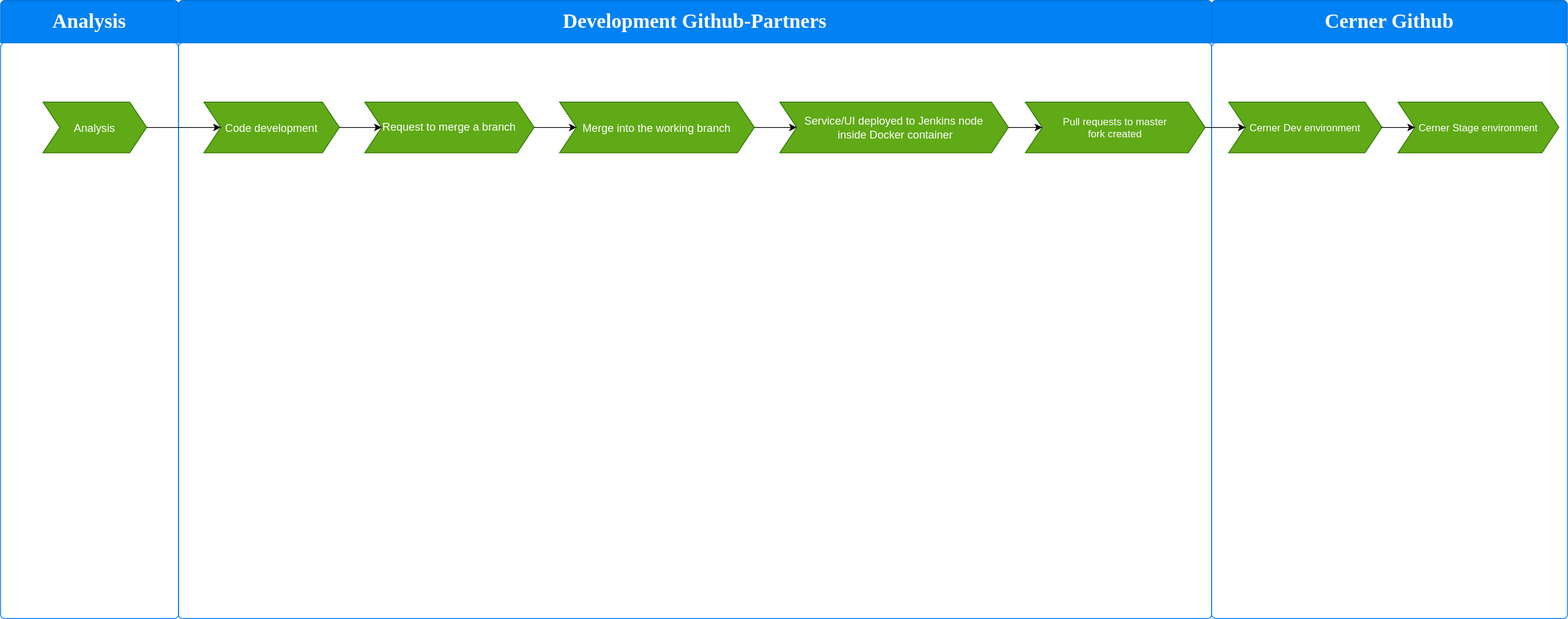
Before: Quality Gates.svg, a diagram exported from draw.io (MiKi82/Quality-Gates). Source tidied: cells renumbered, new cells last; positions are measured from the earlier drawing's top-left corner, leaving out a move shared by most shapes.
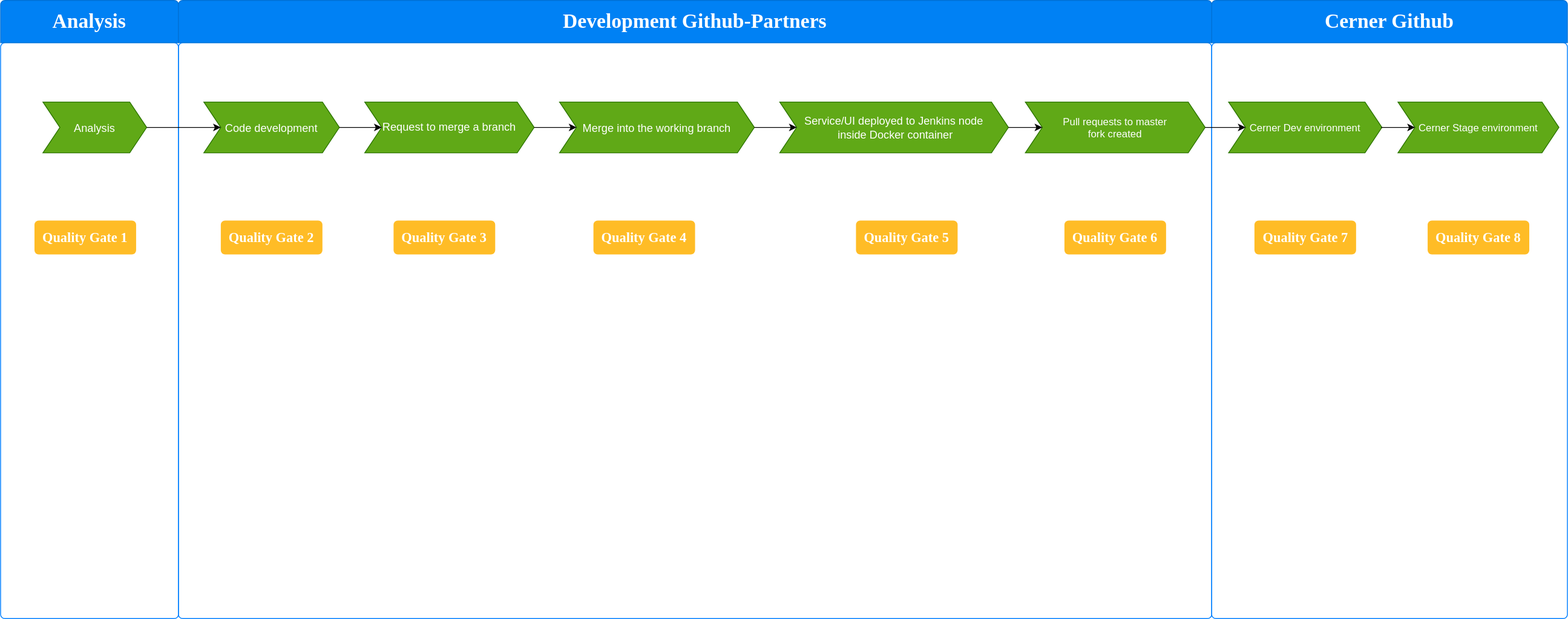
After the commit.

What changed in the source:
```diff
@@ -2,6 +2,20 @@
   <root>
     <mxCell id="0" />
     <mxCell id="1" parent="0" />
+    <mxCell id="7" style="html=1;shadow=0;dashed=0;shape=mxgraph.bootstrap.rrect;rSize=5;html=1;whiteSpace=wrap;verticalAlign=bottom;align=left;spacing=20;spacingBottom=0;fontSize=14;strokeColor=#007FFF;fillColor=none;" parent="1" vertex="1">
+      <mxGeometry width="210" height="680" as="geometry" />
+    </mxCell>
+    <mxCell id="8" value="&lt;strong style=&quot;font-family: &amp;#34;lt_regular&amp;#34; ; font-size: 18pt&quot;&gt;Analysis&lt;/strong&gt;" style="html=1;shadow=0;dashed=0;shape=mxgraph.bootstrap.topButton;rSize=5;perimeter=none;whiteSpace=wrap;fillColor=#0081F4;strokeColor=#0071D5;fontColor=#ffffff;fontSize=18;align=center;spacing=20;" parent="7" vertex="1">
+      <mxGeometry width="210" height="50" relative="1" as="geometry">
+        <mxPoint y="-50" as="offset" />
+      </mxGeometry>
+    </mxCell>
+    <mxCell id="9" value="Analysis" style="shape=step;perimeter=stepPerimeter;fixedSize=1;points=[];fontSize=13;fillColor=#60a917;strokeColor=#2D7600;fontColor=#ffffff;" parent="7" vertex="1">
+      <mxGeometry x="50" y="70" width="122.5" height="60" as="geometry" />
+    </mxCell>
+    <mxCell id="23" value="&lt;strong style=&quot;font-size: 12pt;&quot;&gt;Quality Gate 1&lt;/strong&gt;" style="html=1;shadow=0;dashed=0;shape=mxgraph.bootstrap.rrect;rSize=5;strokeColor=none;strokeWidth=1;fillColor=#FFBC26;fontColor=#FFFFFF;whiteSpace=wrap;align=center;verticalAlign=middle;spacingLeft=0;fontStyle=0;fontSize=16;spacing=5;fontFamily=Times New Roman;" parent="7" vertex="1">
+      <mxGeometry x="40" y="210" width="120" height="40" as="geometry" />
+    </mxCell>
     <mxCell id="2" value="&lt;b&gt;&lt;font style=&quot;font-size: 20px&quot;&gt;Primary card title&lt;/font&gt;&lt;/b&gt;&lt;br style=&quot;font-size: 14px&quot;&gt;&lt;br style=&quot;font-size: 14px&quot;&gt;Some quick example text to build on the card title and make up the bulk of the card's content." style="html=1;shadow=0;dashed=0;shape=mxgraph.bootstrap.rrect;rSize=5;html=1;whiteSpace=wrap;fontColor=#ffffff;verticalAlign=bottom;align=left;spacing=20;spacingBottom=0;fontSize=14;fillColor=none;strokeColor=#007FFF;" parent="1" vertex="1">
       <mxGeometry x="1430" width="420" height="680" as="geometry" />
     </mxCell>
@@ -19,17 +33,12 @@
     <mxCell id="6" style="edgeStyle=orthogonalEdgeStyle;rounded=0;jettySize=auto;html=1;" parent="2" edge="1" source="4" target="5">
       <mxGeometry relative="1" as="geometry" />
     </mxCell>
-    <mxCell id="7" style="html=1;shadow=0;dashed=0;shape=mxgraph.bootstrap.rrect;rSize=5;html=1;whiteSpace=wrap;verticalAlign=bottom;align=left;spacing=20;spacingBottom=0;fontSize=14;strokeColor=#007FFF;fillColor=none;" parent="1" vertex="1">
-      <mxGeometry width="210" height="680" as="geometry" />
-    </mxCell>
-    <mxCell id="8" value="&lt;strong style=&quot;font-family: &amp;#34;lt_regular&amp;#34; ; font-size: 18pt&quot;&gt;Analysis&lt;/strong&gt;" style="html=1;shadow=0;dashed=0;shape=mxgraph.bootstrap.topButton;rSize=5;perimeter=none;whiteSpace=wrap;fillColor=#0081F4;strokeColor=#0071D5;fontColor=#ffffff;fontSize=18;align=center;spacing=20;" parent="7" vertex="1">
-      <mxGeometry width="210" height="50" relative="1" as="geometry">
-        <mxPoint y="-50" as="offset" />
-      </mxGeometry>
-    </mxCell>
-    <mxCell id="9" value="Analysis" style="shape=step;perimeter=stepPerimeter;fixedSize=1;points=[];fontSize=13;fillColor=#60a917;strokeColor=#2D7600;fontColor=#ffffff;" parent="7" vertex="1">
-      <mxGeometry x="50" y="70" width="122.5" height="60" as="geometry" />
-    </mxCell>
+    <mxCell id="24" value="&lt;strong style=&quot;font-size: 12pt&quot;&gt;Quality Gate 7&lt;/strong&gt;" style="html=1;shadow=0;dashed=0;shape=mxgraph.bootstrap.rrect;rSize=5;strokeColor=none;strokeWidth=1;fillColor=#FFBC26;fontColor=#FFFFFF;whiteSpace=wrap;align=center;verticalAlign=middle;spacingLeft=0;fontStyle=0;fontSize=16;spacing=5;fontFamily=Times New Roman;" parent="2" vertex="1">
+      <mxGeometry x="50.5" y="210" width="120" height="40" as="geometry" />
+    </mxCell>
+    <mxCell id="25" value="&lt;strong style=&quot;font-size: 12pt&quot;&gt;Quality Gate 8&lt;/strong&gt;" style="html=1;shadow=0;dashed=0;shape=mxgraph.bootstrap.rrect;rSize=5;strokeColor=none;strokeWidth=1;fillColor=#FFBC26;fontColor=#FFFFFF;whiteSpace=wrap;align=center;verticalAlign=middle;spacingLeft=0;fontStyle=0;fontSize=16;spacing=5;fontFamily=Times New Roman;" parent="2" vertex="1">
+      <mxGeometry x="255" y="210" width="120" height="40" as="geometry" />
+    </mxCell>
     <mxCell id="10" value="&lt;b&gt;&lt;font style=&quot;font-size: 20px&quot;&gt;Primary card title&lt;/font&gt;&lt;/b&gt;&lt;br style=&quot;font-size: 14px&quot;&gt;&lt;br style=&quot;font-size: 14px&quot;&gt;Some quick example text to build on the card title and make up the bulk of the card's content." style="html=1;shadow=0;dashed=0;shape=mxgraph.bootstrap.rrect;rSize=5;html=1;whiteSpace=wrap;fontColor=#ffffff;verticalAlign=bottom;align=left;spacing=20;spacingBottom=0;fontSize=14;gradientColor=#ffffff;fillColor=none;strokeColor=#007FFF;" parent="1" vertex="1">
       <mxGeometry x="210" width="1220" height="680" as="geometry" />
     </mxCell>
@@ -65,6 +74,21 @@
     <mxCell id="20" style="edgeStyle=orthogonalEdgeStyle;rounded=0;jettySize=auto;html=1;" parent="10" edge="1" source="18" target="12">
       <mxGeometry relative="1" as="geometry" />
     </mxCell>
+    <mxCell id="26" value="&lt;strong style=&quot;font-size: 12pt&quot;&gt;Quality Gate 2&lt;/strong&gt;" style="html=1;shadow=0;dashed=0;shape=mxgraph.bootstrap.rrect;rSize=5;strokeColor=none;strokeWidth=1;fillColor=#FFBC26;fontColor=#FFFFFF;whiteSpace=wrap;align=center;verticalAlign=middle;spacingLeft=0;fontStyle=0;fontSize=16;spacing=5;fontFamily=Times New Roman;" parent="10" vertex="1">
+      <mxGeometry x="50" y="210" width="120" height="40" as="geometry" />
+    </mxCell>
+    <mxCell id="27" value="&lt;strong style=&quot;font-size: 12pt&quot;&gt;Quality Gate 3&lt;/strong&gt;" style="html=1;shadow=0;dashed=0;shape=mxgraph.bootstrap.rrect;rSize=5;strokeColor=none;strokeWidth=1;fillColor=#FFBC26;fontColor=#FFFFFF;whiteSpace=wrap;align=center;verticalAlign=middle;spacingLeft=0;fontStyle=0;fontSize=16;spacing=5;fontFamily=Times New Roman;" parent="10" vertex="1">
+      <mxGeometry x="254" y="210" width="120" height="40" as="geometry" />
+    </mxCell>
+    <mxCell id="28" value="&lt;strong style=&quot;font-size: 12pt&quot;&gt;Quality Gate 4&lt;/strong&gt;" style="html=1;shadow=0;dashed=0;shape=mxgraph.bootstrap.rrect;rSize=5;strokeColor=none;strokeWidth=1;fillColor=#FFBC26;fontColor=#FFFFFF;whiteSpace=wrap;align=center;verticalAlign=middle;spacingLeft=0;fontStyle=0;fontSize=16;spacing=5;fontFamily=Times New Roman;" parent="10" vertex="1">
+      <mxGeometry x="490" y="210" width="120" height="40" as="geometry" />
+    </mxCell>
+    <mxCell id="29" value="&lt;strong style=&quot;font-size: 12pt&quot;&gt;Quality Gate 5&lt;/strong&gt;" style="html=1;shadow=0;dashed=0;shape=mxgraph.bootstrap.rrect;rSize=5;strokeColor=none;strokeWidth=1;fillColor=#FFBC26;fontColor=#FFFFFF;whiteSpace=wrap;align=center;verticalAlign=middle;spacingLeft=0;fontStyle=0;fontSize=16;spacing=5;fontFamily=Times New Roman;" parent="10" vertex="1">
+      <mxGeometry x="800" y="210" width="120" height="40" as="geometry" />
+    </mxCell>
+    <mxCell id="30" value="&lt;strong style=&quot;font-size: 12pt&quot;&gt;Quality Gate 6&lt;/strong&gt;" style="html=1;shadow=0;dashed=0;shape=mxgraph.bootstrap.rrect;rSize=5;strokeColor=none;strokeWidth=1;fillColor=#FFBC26;fontColor=#FFFFFF;whiteSpace=wrap;align=center;verticalAlign=middle;spacingLeft=0;fontStyle=0;fontSize=16;spacing=5;fontFamily=Times New Roman;" parent="10" vertex="1">
+      <mxGeometry x="1046.1" y="210" width="120" height="40" as="geometry" />
+    </mxCell>
     <mxCell id="21" style="edgeStyle=orthogonalEdgeStyle;rounded=0;jettySize=auto;html=1;" parent="1" edge="1" source="9" target="13">
       <mxGeometry relative="1" as="geometry" />
     </mxCell>
```
